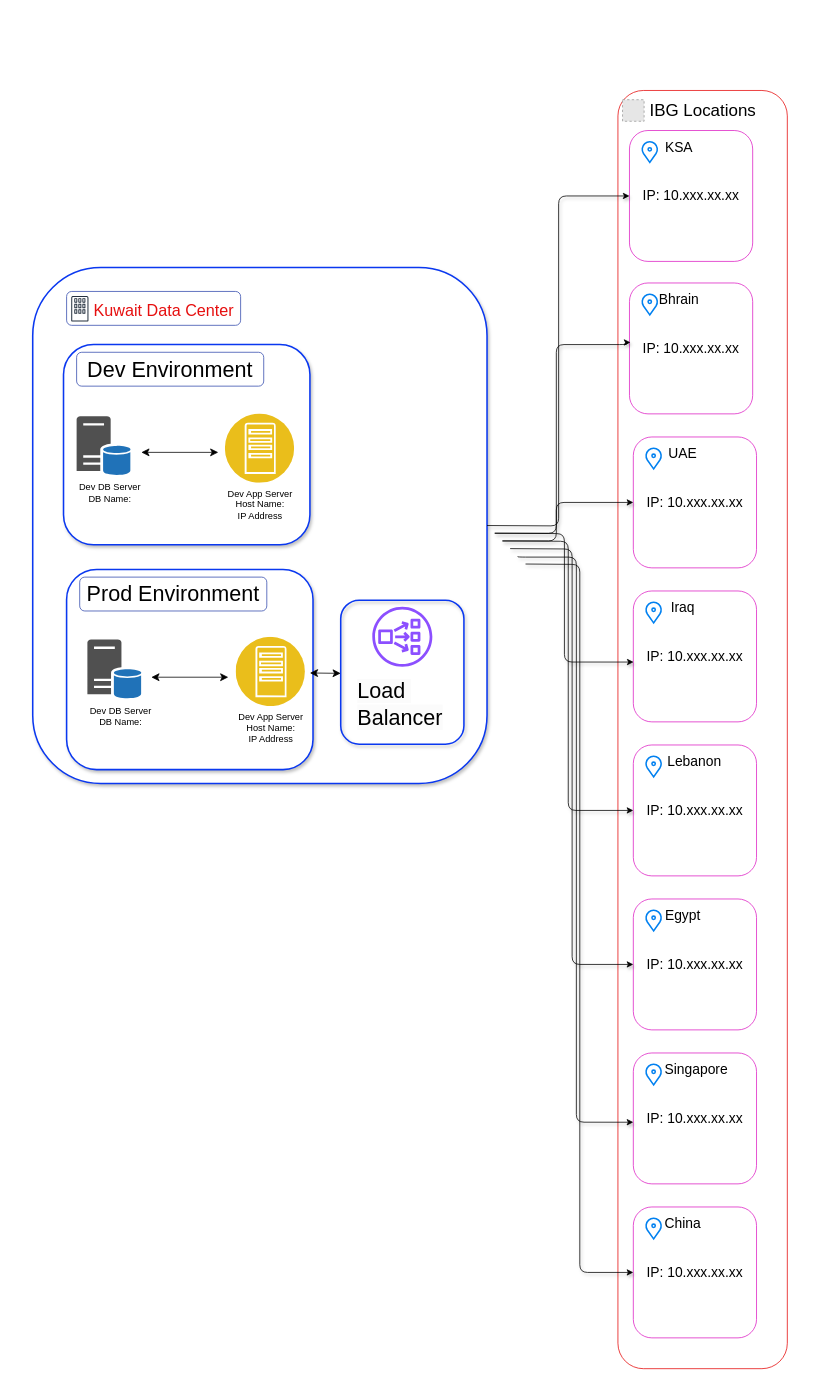
Before: Untitled Diagram.drawio in kumarpichandi05/Selenium, a draw.io diagram. Source tidied: cells renumbered, new cells numbered last; positions are measured from the earlier drawing's top-left corner, leaving out a move shared by most shapes. Both pictures are drawn from the tidied source at 77%, with x=0, y=0 at pixel (32, 90). Pictures stored in the file or linked from it are replaced by grey dashed boxes.
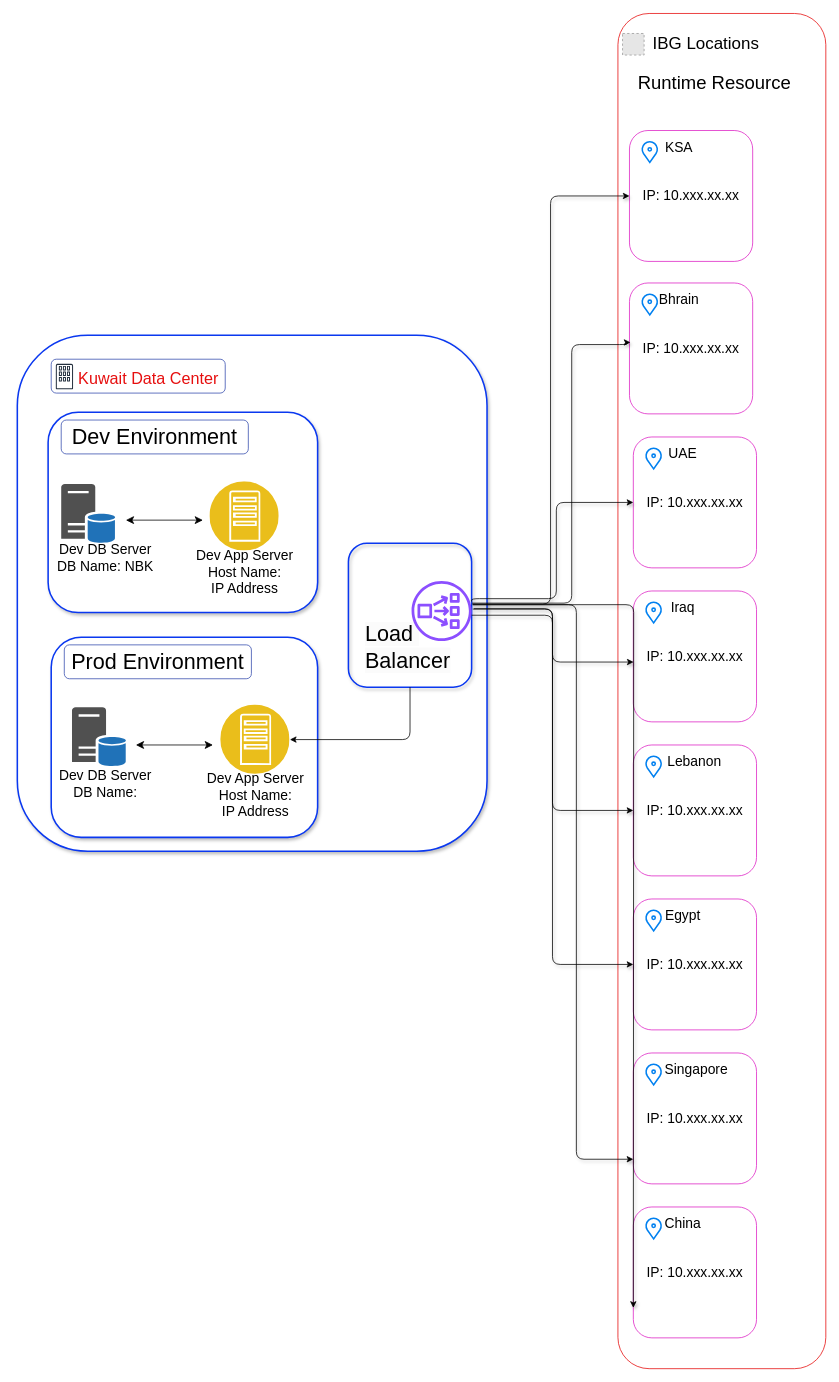
The same page after the edit.

Unchanged cells that the change refers to:
```xml
<mxCell id="6" value="&lt;div&gt;&lt;font style=&quot;font-size: 18px;&quot;&gt;IP: 10.xxx.xx.xx&lt;/font&gt;&lt;/div&gt;" style="whiteSpace=wrap;html=1;rounded=1;strokeColor=light-dark(#de21c5, #ededed);" parent="5" vertex="1">
  <mxGeometry width="160" height="170" as="geometry" />
</mxCell>
<mxCell id="26" style="whiteSpace=wrap;html=1;strokeColor=light-dark(#0a38f0, #ededed);gradientColor=none;rounded=1;shadow=1;strokeWidth=2;fillColor=none;" parent="25" vertex="1">
  <mxGeometry width="160" height="187" as="geometry" />
</mxCell>
<mxCell id="33" value="&lt;div&gt;&lt;font style=&quot;font-size: 18px;&quot;&gt;IP: 10.xxx.xx.xx&lt;/font&gt;&lt;/div&gt;" style="whiteSpace=wrap;html=1;rounded=1;strokeColor=light-dark(#de21c5, #ededed);" parent="32" vertex="1">
  <mxGeometry width="160" height="170" as="geometry" />
</mxCell>
<mxCell id="37" value="&lt;div&gt;&lt;font style=&quot;font-size: 18px;&quot;&gt;IP: 10.xxx.xx.xx&lt;/font&gt;&lt;/div&gt;" style="whiteSpace=wrap;html=1;rounded=1;strokeColor=light-dark(#de21c5, #ededed);" parent="36" vertex="1">
  <mxGeometry width="160" height="170" as="geometry" />
</mxCell>
<mxCell id="41" value="&lt;div&gt;&lt;font style=&quot;font-size: 18px;&quot;&gt;IP: 10.xxx.xx.xx&lt;/font&gt;&lt;/div&gt;" style="whiteSpace=wrap;html=1;rounded=1;strokeColor=light-dark(#de21c5, #ededed);" parent="40" vertex="1">
  <mxGeometry width="160" height="170" as="geometry" />
</mxCell>
<mxCell id="45" value="&lt;div&gt;&lt;font style=&quot;font-size: 18px;&quot;&gt;IP: 10.xxx.xx.xx&lt;/font&gt;&lt;/div&gt;" style="whiteSpace=wrap;html=1;rounded=1;strokeColor=light-dark(#de21c5, #ededed);" parent="44" vertex="1">
  <mxGeometry width="160" height="170" as="geometry" />
</mxCell>
<mxCell id="49" value="&lt;div&gt;&lt;font style=&quot;font-size: 18px;&quot;&gt;IP: 10.xxx.xx.xx&lt;/font&gt;&lt;/div&gt;" style="whiteSpace=wrap;html=1;rounded=1;strokeColor=light-dark(#de21c5, #ededed);" parent="48" vertex="1">
  <mxGeometry width="160" height="170" as="geometry" />
</mxCell>
<mxCell id="53" value="&lt;div&gt;&lt;font style=&quot;font-size: 18px;&quot;&gt;IP: 10.xxx.xx.xx&lt;/font&gt;&lt;/div&gt;" style="whiteSpace=wrap;html=1;rounded=1;strokeColor=light-dark(#de21c5, #ededed);" parent="52" vertex="1">
  <mxGeometry width="160" height="170" as="geometry" />
</mxCell>
<mxCell id="57" value="&lt;div&gt;&lt;font style=&quot;font-size: 18px;&quot;&gt;IP: 10.xxx.xx.xx&lt;/font&gt;&lt;/div&gt;" style="whiteSpace=wrap;html=1;rounded=1;strokeColor=light-dark(#de21c5, #ededed);" parent="56" vertex="1">
  <mxGeometry width="160" height="170" as="geometry" />
</mxCell>
```

What changed in the source:
```diff
@@
     <mxCell id="2" style="whiteSpace=wrap;html=1;rounded=1;strokeColor=light-dark(#e50b0b, #ededed);" parent="1" vertex="1">
-      <mxGeometry x="760" width="220" height="1660" as="geometry" />
+      <mxGeometry x="760" y="-100" width="270" height="1760" as="geometry" />
     </mxCell>
     <mxCell id="3" style="fillColor=#E6E6E6;strokeColor=#999999;dashed=1;html=1;verticalAlign=top;verticalLabelPosition=bottom;labelBackgroundColor=#ffffff;" parent="1" vertex="1">
-      <mxGeometry x="766" y="12" width="28" height="28" as="geometry" />
+      <mxGeometry x="766" y="-74" width="28" height="28" as="geometry" />
     </mxCell>
     <mxCell id="4" value="&lt;font style=&quot;font-size: 22px;&quot;&gt;IBG Locations&lt;/font&gt;" style="text;html=1;align=center;verticalAlign=middle;strokeColor=none;fillColor=none;" parent="1" vertex="1">
-      <mxGeometry x="790" y="6" width="160" height="40" as="geometry" />
+      <mxGeometry x="794" y="-80" width="160" height="40" as="geometry" />
     </mxCell>
@@
     <mxCell id="9" style="whiteSpace=wrap;html=1;strokeColor=light-dark(#0a38f0, #ededed);gradientColor=none;rounded=1;shadow=1;strokeWidth=2;" parent="1" vertex="1">
-      <mxGeometry y="230" width="590" height="670" as="geometry" />
+      <mxGeometry x="-20" y="318" width="610" height="670" as="geometry" />
     </mxCell>
     <mxCell id="10" style="whiteSpace=wrap;html=1;strokeColor=light-dark(#0a38f0, #ededed);gradientColor=none;rounded=1;shadow=1;strokeWidth=2;" parent="1" vertex="1">
-      <mxGeometry x="40" y="330" width="320" height="260" as="geometry" />
+      <mxGeometry x="20" y="418" width="350" height="260" as="geometry" />
     </mxCell>
     <mxCell id="11" value="&lt;font style=&quot;font-size: 21px; color: light-dark(rgb(230, 15, 15), rgb(237, 237, 237));&quot;&gt;Kuwait Data Center&lt;/font&gt;" style="text;html=1;align=center;verticalAlign=middle;strokeColor=none;fillColor=default;" parent="1" vertex="1">
-      <mxGeometry x="65" y="266" width="210" height="40" as="geometry" />
+      <mxGeometry x="45" y="354" width="210" height="40" as="geometry" />
     </mxCell>
     <mxCell id="12" style="whiteSpace=wrap;html=1;fillColor=none;rounded=1;strokeColor=light-dark(#344cad, #ededed);" parent="1" vertex="1">
-      <mxGeometry x="44" y="261" width="226" height="44" as="geometry" />
+      <mxGeometry x="24" y="349" width="226" height="44" as="geometry" />
     </mxCell>
     <mxCell id="13" style="sketch=0;fontColor=#232F3E;gradientColor=none;fillColor=#232F3D;strokeColor=none;dashed=0;verticalLabelPosition=bottom;verticalAlign=top;align=center;html=1;fontSize=12;fontStyle=0;shape=mxgraph.aws4.corporate_data_center;" parent="1" vertex="1">
-      <mxGeometry x="50" y="267" width="22.4" height="33" as="geometry" />
+      <mxGeometry x="30" y="355" width="22.4" height="33" as="geometry" />
     </mxCell>
     <mxCell id="14" style="image;perimeter=ellipsePerimeter;html=1;align=center;shadow=0;dashed=0;fontColor=#4277BB;labelBackgroundColor=default;fontSize=12;spacingTop=3;image=img/lib/ibm/applications/app_server.svg;" parent="1" vertex="1">
-      <mxGeometry x="250" y="420" width="90" height="90" as="geometry" />
+      <mxGeometry x="230" y="508" width="90" height="90" as="geometry" />
     </mxCell>
-    <mxCell id="15" value="Dev App Server&lt;div&gt;Host Name:&lt;/div&gt;&lt;div&gt;IP Address&lt;/div&gt;" style="text;html=1;align=center;verticalAlign=middle;strokeColor=none;fillColor=none;" parent="1" vertex="1">
-      <mxGeometry x="240" y="508" width="110" height="60" as="geometry" />
+    <mxCell id="15" value="&lt;font style=&quot;font-size: 18px;&quot;&gt;Dev App Server&lt;/font&gt;&lt;div&gt;&lt;font style=&quot;font-size: 18px;&quot;&gt;Host Name:&lt;/font&gt;&lt;/div&gt;&lt;div&gt;&lt;font style=&quot;font-size: 18px;&quot;&gt;IP Address&lt;/font&gt;&lt;/div&gt;" style="text;html=1;align=center;verticalAlign=middle;strokeColor=none;fillColor=none;" parent="1" vertex="1">
+      <mxGeometry x="200" y="586" width="150" height="80" as="geometry" />
     </mxCell>
     <mxCell id="16" style="sketch=0;shadow=0;dashed=0;html=1;strokeColor=none;fillColor=#505050;labelPosition=center;verticalLabelPosition=bottom;verticalAlign=top;align=center;shape=mxgraph.office.databases.database_server_blue;" parent="1" vertex="1">
-      <mxGeometry x="57" y="423" width="70" height="77" as="geometry" />
+      <mxGeometry x="37" y="511" width="70" height="77" as="geometry" />
     </mxCell>
-    <mxCell id="17" value="Dev DB Server&lt;div&gt;DB Name:&lt;/div&gt;" style="text;html=1;align=center;verticalAlign=middle;strokeColor=none;fillColor=none;" parent="1" vertex="1">
-      <mxGeometry x="50" y="503" width="100" height="40" as="geometry" />
+    <mxCell id="17" value="&lt;font style=&quot;font-size: 18px;&quot;&gt;Dev DB Server&lt;/font&gt;&lt;div&gt;&lt;span style=&quot;font-size: 18px; background-color: transparent; color: light-dark(rgb(0, 0, 0), rgb(255, 255, 255));&quot;&gt;DB Name: NBK&lt;/span&gt;&lt;/div&gt;" style="text;html=1;align=center;verticalAlign=middle;strokeColor=none;fillColor=none;" parent="1" vertex="1">
+      <mxGeometry x="19" y="577" width="150" height="60" as="geometry" />
     </mxCell>
     <mxCell id="18" value="&lt;font style=&quot;font-size: 28px;&quot;&gt;Dev Environment&lt;/font&gt;" style="whiteSpace=wrap;html=1;fillColor=none;rounded=1;strokeColor=light-dark(#344cad, #ededed);" parent="1" vertex="1">
-      <mxGeometry x="57" y="340" width="243" height="44" as="geometry" />
+      <mxGeometry x="37" y="428" width="243" height="44" as="geometry" />
     </mxCell>
     <mxCell id="19" style="whiteSpace=wrap;html=1;strokeColor=light-dark(#0a38f0, #ededed);gradientColor=none;rounded=1;shadow=1;strokeWidth=2;" parent="1" vertex="1">
-      <mxGeometry x="44" y="622" width="320" height="260" as="geometry" />
+      <mxGeometry x="24" y="710" width="346" height="260" as="geometry" />
     </mxCell>
     <mxCell id="20" value="&lt;font style=&quot;font-size: 28px;&quot;&gt;Prod Environment&lt;/font&gt;" style="whiteSpace=wrap;html=1;fillColor=none;rounded=1;strokeColor=light-dark(#344cad, #ededed);" parent="1" vertex="1">
-      <mxGeometry x="61" y="632" width="243" height="44" as="geometry" />
+      <mxGeometry x="41" y="720" width="243" height="44" as="geometry" />
     </mxCell>
     <mxCell id="21" style="image;perimeter=ellipsePerimeter;html=1;align=center;shadow=0;dashed=0;fontColor=#4277BB;labelBackgroundColor=default;fontSize=12;spacingTop=3;image=img/lib/ibm/applications/app_server.svg;" parent="1" vertex="1">
-      <mxGeometry x="264" y="710" width="90" height="90" as="geometry" />
+      <mxGeometry x="244" y="798" width="90" height="90" as="geometry" />
     </mxCell>
-    <mxCell id="22" value="Dev App Server&lt;div&gt;Host Name:&lt;/div&gt;&lt;div&gt;IP Address&lt;/div&gt;" style="text;html=1;align=center;verticalAlign=middle;strokeColor=none;fillColor=none;" parent="1" vertex="1">
-      <mxGeometry x="254" y="798" width="110" height="60" as="geometry" />
+    <mxCell id="22" value="&lt;font style=&quot;font-size: 18px;&quot;&gt;Dev App Server&lt;/font&gt;&lt;div&gt;&lt;font style=&quot;font-size: 18px;&quot;&gt;Host Name:&lt;/font&gt;&lt;/div&gt;&lt;div&gt;&lt;font style=&quot;font-size: 18px;&quot;&gt;IP Address&lt;/font&gt;&lt;/div&gt;" style="text;html=1;align=center;verticalAlign=middle;strokeColor=none;fillColor=none;" parent="1" vertex="1">
+      <mxGeometry x="214" y="876" width="150" height="80" as="geometry" />
     </mxCell>
     <mxCell id="23" style="sketch=0;shadow=0;dashed=0;html=1;strokeColor=none;fillColor=#505050;labelPosition=center;verticalLabelPosition=bottom;verticalAlign=top;align=center;shape=mxgraph.office.databases.database_server_blue;" parent="1" vertex="1">
-      <mxGeometry x="71" y="713" width="70" height="77" as="geometry" />
+      <mxGeometry x="51" y="801" width="70" height="77" as="geometry" />
     </mxCell>
-    <mxCell id="24" value="Dev DB Server&lt;div&gt;DB Name:&lt;/div&gt;" style="text;html=1;align=center;verticalAlign=middle;strokeColor=none;fillColor=none;" parent="1" vertex="1">
-      <mxGeometry x="64" y="793" width="100" height="40" as="geometry" />
+    <mxCell id="24" value="&lt;font style=&quot;font-size: 18px;&quot;&gt;Dev DB Server&lt;/font&gt;&lt;div&gt;&lt;font style=&quot;font-size: 18px;&quot;&gt;DB Name:&lt;/font&gt;&lt;/div&gt;" style="text;html=1;align=center;verticalAlign=middle;strokeColor=none;fillColor=none;" parent="1" vertex="1">
+      <mxGeometry x="24" y="871" width="140" height="60" as="geometry" />
     </mxCell>
     <mxCell id="25" style="group;" parent="1" vertex="1">
-      <mxGeometry x="400" y="662" width="160" height="187" as="geometry" />
+      <mxGeometry x="410" y="588" width="160" height="187" as="geometry" />
     </mxCell>
@@
     <mxCell id="28" style="sketch=0;fontColor=#232F3E;gradientColor=none;fillColor=#8C4FFF;strokeColor=none;dashed=0;verticalLabelPosition=bottom;verticalAlign=top;align=center;html=1;fontSize=12;fontStyle=0;shape=mxgraph.aws4.network_load_balancer;" parent="25" vertex="1">
-      <mxGeometry x="41" y="8.5" width="78" height="78" as="geometry" />
+      <mxGeometry x="82" y="49" width="78" height="78" as="geometry" />
     </mxCell>
-    <mxCell id="29" style="edgeStyle=none;orthogonalLoop=1;jettySize=auto;html=1;endArrow=classic;startArrow=classic;endSize=8;startSize=8;rounded=0;" parent="25" edge="1">
-      <mxGeometry relative="1" as="geometry">
-        <mxPoint x="-40" y="94.5" as="sourcePoint" />
-        <mxPoint y="95" as="targetPoint" />
-      </mxGeometry>
-    </mxCell>
-    <mxCell id="30" style="edgeStyle=none;orthogonalLoop=1;jettySize=auto;html=1;endArrow=classic;startArrow=classic;endSize=8;startSize=8;rounded=0;" parent="1" edge="1">
+    <mxCell id="30" style="edgeStyle=none;orthogonalLoop=1;jettySize=auto;html=1;endArrow=classic;startArrow=classic;endSize=8;startSize=8;rounded=0;flowAnimation=1;" parent="1" edge="1">
       <mxGeometry relative="1" as="geometry">
-        <mxPoint x="154" y="762" as="sourcePoint" />
-        <mxPoint x="254" y="762" as="targetPoint" />
+        <mxPoint x="134" y="850" as="sourcePoint" />
+        <mxPoint x="234" y="850" as="targetPoint" />
       </mxGeometry>
     </mxCell>
-    <mxCell id="31" style="edgeStyle=none;orthogonalLoop=1;jettySize=auto;html=1;endArrow=classic;startArrow=classic;endSize=8;startSize=8;rounded=0;" parent="1" edge="1">
+    <mxCell id="31" style="edgeStyle=none;orthogonalLoop=1;jettySize=auto;html=1;endArrow=classic;startArrow=classic;endSize=8;startSize=8;rounded=0;flowAnimation=1;" parent="1" edge="1">
       <mxGeometry relative="1" as="geometry">
-        <mxPoint x="141" y="470" as="sourcePoint" />
-        <mxPoint x="241" y="470" as="targetPoint" />
+        <mxPoint x="121" y="558" as="sourcePoint" />
+        <mxPoint x="221" y="558" as="targetPoint" />
       </mxGeometry>
     </mxCell>
@@
-    <mxCell id="60" style="edgeStyle=orthogonalEdgeStyle;rounded=1;jettySize=auto;html=1;entryX=0;entryY=0.5;entryDx=0;entryDy=0;shadow=1;flowAnimation=1;" parent="1" edge="1" target="6">
-      <mxGeometry relative="1" as="geometry">
-        <mxPoint x="590" y="565" as="sourcePoint" />
-      </mxGeometry>
+    <mxCell id="60" style="edgeStyle=orthogonalEdgeStyle;rounded=1;jettySize=auto;html=1;entryX=0;entryY=0.5;entryDx=0;entryDy=0;shadow=1;flowAnimation=1;exitX=1.01;exitY=0.422;exitDx=0;exitDy=0;exitPerimeter=0;" parent="1" edge="1" source="26" target="6">
+      <mxGeometry relative="1" as="geometry" />
     </mxCell>
-    <mxCell id="61" style="edgeStyle=orthogonalEdgeStyle;rounded=1;jettySize=auto;html=1;shadow=1;flowAnimation=1;entryX=0.008;entryY=0.454;entryDx=0;entryDy=0;entryPerimeter=0;" parent="1" edge="1" target="33">
+    <mxCell id="61" style="edgeStyle=orthogonalEdgeStyle;rounded=1;jettySize=auto;html=1;shadow=1;flowAnimation=1;entryX=0.008;entryY=0.454;entryDx=0;entryDy=0;entryPerimeter=0;exitX=1.003;exitY=0.416;exitDx=0;exitDy=0;exitPerimeter=0;" parent="1" edge="1" source="26" target="33">
       <mxGeometry relative="1" as="geometry">
-        <mxPoint x="600" y="575" as="sourcePoint" />
         <Array as="points">
-          <mxPoint x="680" y="575" />
-          <mxPoint x="680" y="330" />
+          <mxPoint x="700" y="666" />
+          <mxPoint x="700" y="330" />
           <mxPoint x="772" y="330" />
           <mxPoint x="772" y="327" />
         </Array>
       </mxGeometry>
     </mxCell>
-    <mxCell id="62" style="edgeStyle=orthogonalEdgeStyle;rounded=1;jettySize=auto;html=1;shadow=1;flowAnimation=1;entryX=0;entryY=0.5;entryDx=0;entryDy=0;" parent="1" edge="1" target="37">
+    <mxCell id="62" style="edgeStyle=orthogonalEdgeStyle;rounded=1;jettySize=auto;html=1;shadow=1;flowAnimation=1;entryX=0;entryY=0.5;entryDx=0;entryDy=0;exitX=1;exitY=0.405;exitDx=0;exitDy=0;exitPerimeter=0;" parent="1" edge="1" source="26" target="37">
       <mxGeometry relative="1" as="geometry">
-        <mxPoint x="610" y="585" as="sourcePoint" />
         <Array as="points">
-          <mxPoint x="680" y="585" />
+          <mxPoint x="570" y="660" />
+          <mxPoint x="680" y="660" />
           <mxPoint x="680" y="535" />
         </Array>
       </mxGeometry>
     </mxCell>
-    <mxCell id="63" style="edgeStyle=orthogonalEdgeStyle;rounded=1;jettySize=auto;html=1;shadow=1;flowAnimation=1;entryX=0.002;entryY=0.543;entryDx=0;entryDy=0;entryPerimeter=0;" parent="1" edge="1" target="41">
-      <mxGeometry relative="1" as="geometry">
-        <mxPoint x="600" y="575" as="sourcePoint" />
-      </mxGeometry>
+    <mxCell id="63" style="edgeStyle=orthogonalEdgeStyle;rounded=1;jettySize=auto;html=1;shadow=1;flowAnimation=1;entryX=0.002;entryY=0.543;entryDx=0;entryDy=0;entryPerimeter=0;exitX=1.019;exitY=0.455;exitDx=0;exitDy=0;exitPerimeter=0;" parent="1" edge="1" source="26" target="41">
+      <mxGeometry relative="1" as="geometry" />
     </mxCell>
-    <mxCell id="64" style="edgeStyle=orthogonalEdgeStyle;rounded=1;jettySize=auto;html=1;shadow=1;flowAnimation=1;entryX=0;entryY=0.5;entryDx=0;entryDy=0;" parent="1" edge="1" target="45">
-      <mxGeometry relative="1" as="geometry">
-        <mxPoint x="610" y="585" as="sourcePoint" />
-      </mxGeometry>
+    <mxCell id="64" style="edgeStyle=orthogonalEdgeStyle;rounded=1;jettySize=auto;html=1;shadow=1;flowAnimation=1;entryX=0;entryY=0.5;entryDx=0;entryDy=0;exitX=1.009;exitY=0.457;exitDx=0;exitDy=0;exitPerimeter=0;" parent="1" edge="1" source="26" target="45">
+      <mxGeometry relative="1" as="geometry" />
     </mxCell>
-    <mxCell id="65" style="edgeStyle=orthogonalEdgeStyle;rounded=1;jettySize=auto;html=1;entryX=0;entryY=0.5;entryDx=0;entryDy=0;shadow=1;flowAnimation=1;" parent="1" edge="1" target="49">
-      <mxGeometry relative="1" as="geometry">
-        <mxPoint x="620" y="595" as="sourcePoint" />
-      </mxGeometry>
+    <mxCell id="65" style="edgeStyle=orthogonalEdgeStyle;rounded=1;jettySize=auto;html=1;entryX=0;entryY=0.5;entryDx=0;entryDy=0;shadow=1;flowAnimation=1;exitX=1;exitY=0.5;exitDx=0;exitDy=0;" parent="1" edge="1" source="26" target="49">
+      <mxGeometry relative="1" as="geometry" />
     </mxCell>
-    <mxCell id="66" style="edgeStyle=orthogonalEdgeStyle;rounded=1;jettySize=auto;html=1;entryX=0;entryY=0.529;entryDx=0;entryDy=0;shadow=1;flowAnimation=1;entryPerimeter=0;" parent="1" edge="1" target="53">
+    <mxCell id="66" style="edgeStyle=orthogonalEdgeStyle;rounded=1;jettySize=auto;html=1;entryX=0;entryY=0.529;entryDx=0;entryDy=0;shadow=1;flowAnimation=1;entryPerimeter=0;exitX=1.01;exitY=0.427;exitDx=0;exitDy=0;exitPerimeter=0;" parent="1" edge="1" source="26">
       <mxGeometry relative="1" as="geometry">
-        <mxPoint x="630" y="605" as="sourcePoint" />
+        <mxPoint x="780" y="1388" as="targetPoint" />
         <Array as="points">
-          <mxPoint x="706" y="606" />
-          <mxPoint x="706" y="1340" />
+          <mxPoint x="706" y="668" />
+          <mxPoint x="706" y="1388" />
         </Array>
       </mxGeometry>
     </mxCell>
-    <mxCell id="67" style="edgeStyle=orthogonalEdgeStyle;rounded=1;jettySize=auto;html=1;shadow=1;flowAnimation=1;entryX=0;entryY=0.5;entryDx=0;entryDy=0;" parent="1" edge="1" target="57">
+    <mxCell id="67" style="edgeStyle=orthogonalEdgeStyle;rounded=1;jettySize=auto;html=1;shadow=1;flowAnimation=1;entryX=0;entryY=0.5;entryDx=0;entryDy=0;exitX=1.006;exitY=0.427;exitDx=0;exitDy=0;exitPerimeter=0;" parent="1" edge="1" source="26">
       <mxGeometry relative="1" as="geometry">
-        <mxPoint x="640" y="615" as="sourcePoint" />
+        <mxPoint x="780" y="1581" as="targetPoint" />
       </mxGeometry>
     </mxCell>
+    <mxCell id="68" style="edgeStyle=orthogonalEdgeStyle;rounded=1;jettySize=auto;html=1;exitX=0.5;exitY=1;exitDx=0;exitDy=0;entryX=1;entryY=0.5;entryDx=0;entryDy=0;curved=0;flowAnimation=1;" parent="1" edge="1" source="26" target="21">
+      <mxGeometry relative="1" as="geometry" />
+    </mxCell>
+    <mxCell id="69" value="&lt;font style=&quot;font-size: 24px;&quot;&gt;Runtime Resource&lt;/font&gt;" style="text;html=1;align=center;verticalAlign=middle;strokeColor=none;fillColor=none;" parent="1" vertex="1">
+      <mxGeometry x="775" y="-30" width="220" height="40" as="geometry" />
+    </mxCell>
```
